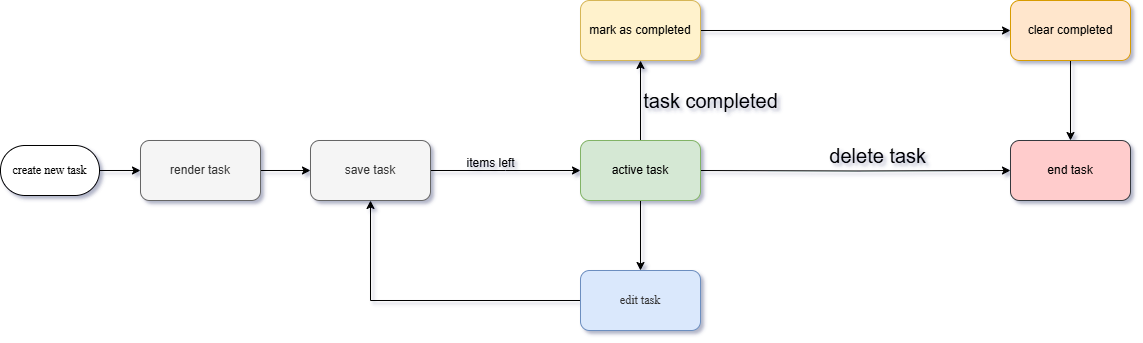
Earlier version of the draw.io export images/Untitled Diagram.drawio.png (sentflix01/Todo-app). Source tidied: cells renumbered, new cells last; positions are measured from the earlier drawing's top-left corner, leaving out a move shared by most shapes.
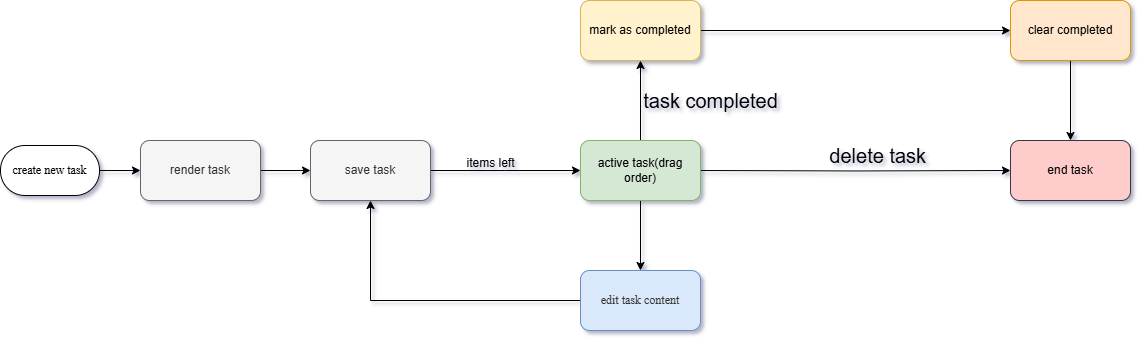
The same diagram one commit later.

The edit, as a diff of the source:
```diff
@@ -42,7 +42,7 @@
     <mxCell id="13" style="edgeStyle=orthogonalEdgeStyle;rounded=0;jettySize=auto;html=1;entryX=0.5;entryY=0;entryDx=0;entryDy=0;" parent="1" edge="1" source="14" target="20">
       <mxGeometry relative="1" as="geometry" />
     </mxCell>
-    <mxCell id="14" value="active task" style="whiteSpace=wrap;html=1;rounded=1;fillColor=#d5e8d4;strokeColor=#82b366;" parent="1" vertex="1">
+    <mxCell id="14" value="active task(drag order)" style="whiteSpace=wrap;html=1;rounded=1;fillColor=#d5e8d4;strokeColor=#82b366;" parent="1" vertex="1">
       <mxGeometry x="580" y="140" width="120" height="60" as="geometry" />
     </mxCell>
     <mxCell id="15" style="edgeStyle=orthogonalEdgeStyle;rounded=0;jettySize=auto;html=1;entryX=0;entryY=0.5;entryDx=0;entryDy=0;" parent="1" edge="1" source="16" target="18">
@@ -60,7 +60,7 @@
     <mxCell id="19" style="edgeStyle=orthogonalEdgeStyle;rounded=0;jettySize=auto;html=1;entryX=0.5;entryY=1;entryDx=0;entryDy=0;" parent="1" edge="1" source="20" target="7">
       <mxGeometry relative="1" as="geometry" />
     </mxCell>
-    <mxCell id="20" value="&lt;span style=&quot;color: rgb(51, 51, 51); font-family: &amp;quot;Times New Roman&amp;quot;;&quot;&gt;edit task&lt;/span&gt;" style="rounded=1;whiteSpace=wrap;html=1;fillColor=#dae8fc;strokeColor=#6c8ebf;" parent="1" vertex="1">
+    <mxCell id="20" value="&lt;span style=&quot;color: rgb(51, 51, 51); font-family: &amp;quot;Times New Roman&amp;quot;;&quot;&gt;edit task content&lt;/span&gt;" style="rounded=1;whiteSpace=wrap;html=1;fillColor=#dae8fc;strokeColor=#6c8ebf;" parent="1" vertex="1">
       <mxGeometry x="580" y="270" width="120" height="60" as="geometry" />
     </mxCell>
     <mxCell id="21" value="items left" style="text;html=1;align=center;verticalAlign=middle;strokeColor=none;fillColor=none;" parent="1" vertex="1">
```
